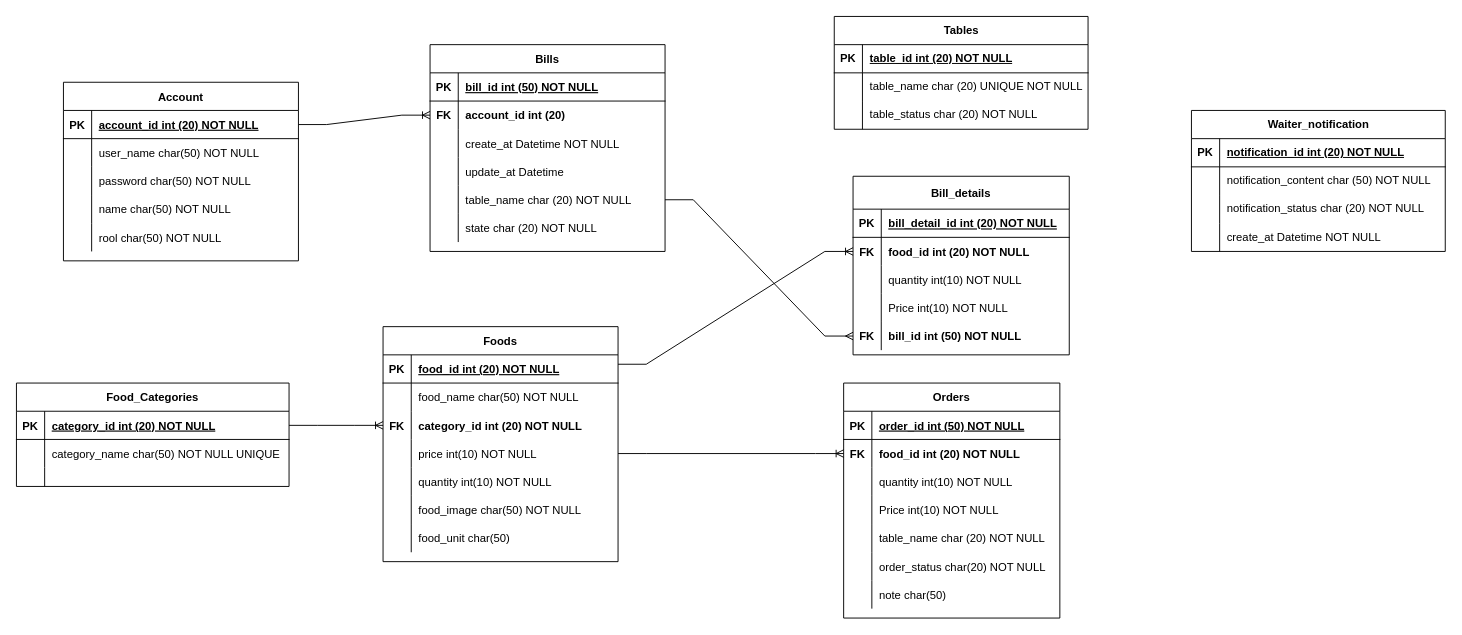
The draw.io diagram EntityRelationshipDiagram.drawio in damvuong02/DoAnDocument, before the edit. Source tidied: cells renumbered, new cells numbered last; positions are measured from the earlier drawing's top-left corner, leaving out a move shared by most shapes. Both pictures are drawn from the tidied source at 94%, with x=0, y=0 at pixel (16, -177).
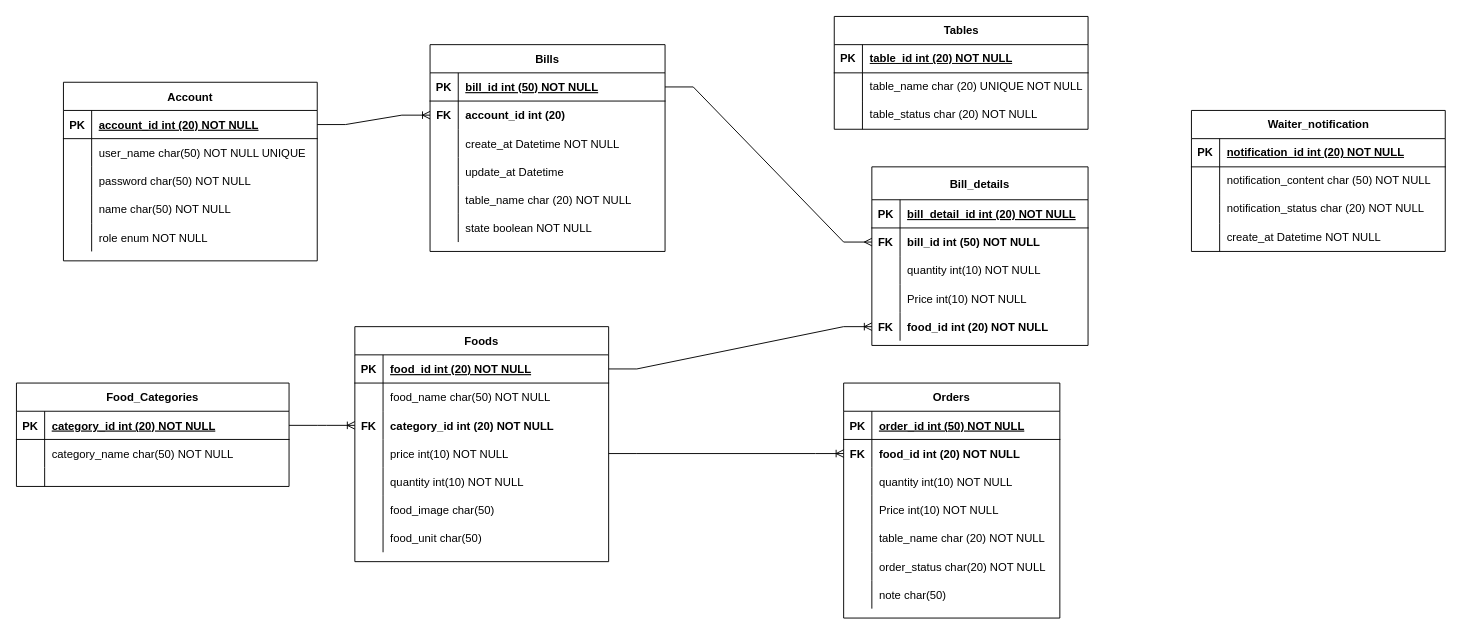
The same page after the edit.

Unchanged cells that the change refers to:
```xml
<mxCell id="22" style="shape=partialRectangle;fillColor=none;top=0;left=0;right=0;bottom=0;" parent="18" vertex="1">
  <mxGeometry y="60" width="290" height="30" as="geometry" />
</mxCell>
<mxCell id="52" style="shape=partialRectangle;fillColor=none;points=[[0,0.5],[1,0.5]];portConstraint=eastwest;top=0;left=0;right=0;bottom=1;" parent="51" vertex="1">
  <mxGeometry y="30" width="250" height="30" as="geometry" />
</mxCell>
<mxCell id="64" style="shape=partialRectangle;fillColor=none;points=[[0,0.5],[1,0.5]];portConstraint=eastwest;top=0;left=0;right=0;bottom=0;" parent="51" vertex="1">
  <mxGeometry y="150" width="250" height="30" as="geometry" />
</mxCell>
<mxCell id="67" style="shape=partialRectangle;fillColor=none;top=0;left=0;right=0;bottom=0;" parent="51" vertex="1">
  <mxGeometry y="180" width="250" height="30" as="geometry" />
</mxCell>
<mxCell id="74" style="shape=partialRectangle;fillColor=none;points=[[0,0.5],[1,0.5]];portConstraint=eastwest;top=0;left=0;right=0;bottom=0;" parent="70" vertex="1">
  <mxGeometry y="65" width="230" height="30" as="geometry" />
</mxCell>
<mxCell id="83" style="shape=partialRectangle;fillColor=none;points=[[0,0.5],[1,0.5]];portConstraint=eastwest;top=0;left=0;right=0;bottom=0;" parent="70" vertex="1">
  <mxGeometry y="155" width="230" height="30" as="geometry" />
</mxCell>
```

The edit, as a diff of the source:
```diff
@@
     <mxCell id="2" value="Account" style="shape=table;startSize=30;childLayout=tableLayout;rowLines=0;fontStyle=1;align=center;" parent="1" vertex="1">
-      <mxGeometry x="50" y="275" width="250" height="190" as="geometry" />
+      <mxGeometry x="50" y="275" width="270" height="190" as="geometry" />
     </mxCell>
     <mxCell id="3" style="shape=partialRectangle;fillColor=none;points=[[0,0.5],[1,0.5]];portConstraint=eastwest;top=0;left=0;right=0;bottom=1;" parent="2" vertex="1">
-      <mxGeometry y="30" width="250" height="30" as="geometry" />
+      <mxGeometry y="30" width="270" height="30" as="geometry" />
     </mxCell>
@@
     <mxCell id="5" value="account_id int (20) NOT NULL" style="shape=partialRectangle;overflow=hidden;fillColor=none;top=0;left=0;bottom=0;right=0;align=left;spacingLeft=6;fontStyle=5;" parent="3" vertex="1">
-      <mxGeometry x="30" width="220" height="30" as="geometry" />
+      <mxGeometry x="30" width="240" height="30" as="geometry" />
     </mxCell>
     <mxCell id="6" style="shape=partialRectangle;fillColor=none;top=0;left=0;right=0;bottom=0;" parent="2" vertex="1">
-      <mxGeometry y="60" width="250" height="30" as="geometry" />
+      <mxGeometry y="60" width="270" height="30" as="geometry" />
     </mxCell>
@@
-    <mxCell id="8" value="user_name char(50) NOT NULL" style="shape=partialRectangle;overflow=hidden;fillColor=none;top=0;left=0;bottom=0;right=0;align=left;spacingLeft=6;" parent="6" vertex="1">
-      <mxGeometry x="30" width="220" height="30" as="geometry" />
+    <mxCell id="8" value="user_name char(50) NOT NULL UNIQUE" style="shape=partialRectangle;overflow=hidden;fillColor=none;top=0;left=0;bottom=0;right=0;align=left;spacingLeft=6;" parent="6" vertex="1">
+      <mxGeometry x="30" width="240" height="30" as="geometry" />
     </mxCell>
     <mxCell id="9" style="shape=partialRectangle;fillColor=none;top=0;left=0;right=0;bottom=0;" parent="2" vertex="1">
-      <mxGeometry y="90" width="250" height="30" as="geometry" />
+      <mxGeometry y="90" width="270" height="30" as="geometry" />
     </mxCell>
@@
     <mxCell id="11" value="password char(50) NOT NULL" style="shape=partialRectangle;overflow=hidden;fillColor=none;top=0;left=0;bottom=0;right=0;align=left;spacingLeft=6;" parent="9" vertex="1">
-      <mxGeometry x="30" width="220" height="30" as="geometry" />
+      <mxGeometry x="30" width="240" height="30" as="geometry" />
     </mxCell>
     <mxCell id="12" style="shape=partialRectangle;fillColor=none;top=0;left=0;right=0;bottom=0;" parent="2" vertex="1">
-      <mxGeometry y="120" width="250" height="30" as="geometry" />
+      <mxGeometry y="120" width="270" height="30" as="geometry" />
     </mxCell>
@@
     <mxCell id="14" value="name char(50) NOT NULL" style="shape=partialRectangle;overflow=hidden;fillColor=none;top=0;left=0;bottom=0;right=0;align=left;spacingLeft=6;" parent="12" vertex="1">
-      <mxGeometry x="30" width="220" height="30" as="geometry" />
+      <mxGeometry x="30" width="240" height="30" as="geometry" />
     </mxCell>
     <mxCell id="15" style="shape=partialRectangle;fillColor=none;top=0;left=0;right=0;bottom=0;" parent="2" vertex="1">
-      <mxGeometry y="150" width="250" height="30" as="geometry" />
+      <mxGeometry y="150" width="270" height="30" as="geometry" />
     </mxCell>
@@
-    <mxCell id="17" value="rool char(50) NOT NULL" style="shape=partialRectangle;overflow=hidden;fillColor=none;top=0;left=0;bottom=0;right=0;align=left;spacingLeft=6;" parent="15" vertex="1">
-      <mxGeometry x="30" width="220" height="30" as="geometry" />
+    <mxCell id="17" value="role enum NOT NULL" style="shape=partialRectangle;overflow=hidden;fillColor=none;top=0;left=0;bottom=0;right=0;align=left;spacingLeft=6;" parent="15" vertex="1">
+      <mxGeometry x="30" width="240" height="30" as="geometry" />
     </mxCell>
@@
-    <mxCell id="24" value="category_name char(50) NOT NULL UNIQUE" style="shape=partialRectangle;overflow=hidden;fillColor=none;top=0;left=0;bottom=0;right=0;align=left;spacingLeft=6;" parent="22" vertex="1">
+    <mxCell id="24" value="category_name char(50) NOT NULL" style="shape=partialRectangle;overflow=hidden;fillColor=none;top=0;left=0;bottom=0;right=0;align=left;spacingLeft=6;" parent="22" vertex="1">
       <mxGeometry x="30" width="260" height="30" as="geometry" />
     </mxCell>
@@
     <mxCell id="28" value="Foods" style="shape=table;startSize=30;childLayout=tableLayout;rowLines=0;fontStyle=1;align=center;" parent="1" vertex="1">
-      <mxGeometry x="390" y="535" width="250" height="250" as="geometry" />
+      <mxGeometry x="360" y="535" width="270" height="250" as="geometry" />
     </mxCell>
     <mxCell id="29" style="shape=partialRectangle;fillColor=none;points=[[0,0.5],[1,0.5]];portConstraint=eastwest;top=0;left=0;right=0;bottom=1;" parent="28" vertex="1">
-      <mxGeometry y="30" width="250" height="30" as="geometry" />
+      <mxGeometry y="30" width="270" height="30" as="geometry" />
     </mxCell>
@@
     <mxCell id="31" value="food_id int (20) NOT NULL" style="shape=partialRectangle;overflow=hidden;fillColor=none;top=0;left=0;bottom=0;right=0;align=left;spacingLeft=6;fontStyle=5;" parent="29" vertex="1">
-      <mxGeometry x="30" width="220" height="30" as="geometry" />
+      <mxGeometry x="30" width="240" height="30" as="geometry" />
     </mxCell>
     <mxCell id="32" style="shape=partialRectangle;fillColor=none;top=0;left=0;right=0;bottom=0;" parent="28" vertex="1">
-      <mxGeometry y="60" width="250" height="30" as="geometry" />
+      <mxGeometry y="60" width="270" height="30" as="geometry" />
     </mxCell>
@@
     <mxCell id="34" value="food_name char(50) NOT NULL" style="shape=partialRectangle;overflow=hidden;fillColor=none;top=0;left=0;bottom=0;right=0;align=left;spacingLeft=6;" parent="32" vertex="1">
-      <mxGeometry x="30" width="220" height="30" as="geometry" />
+      <mxGeometry x="30" width="240" height="30" as="geometry" />
     </mxCell>
     <mxCell id="35" style="shape=partialRectangle;fillColor=none;points=[[0,0.5],[1,0.5]];portConstraint=eastwest;top=0;left=0;right=0;bottom=0;" parent="28" vertex="1">
-      <mxGeometry y="90" width="250" height="30" as="geometry" />
+      <mxGeometry y="90" width="270" height="30" as="geometry" />
     </mxCell>
@@
     <mxCell id="37" value="category_id int (20) NOT NULL" style="shape=partialRectangle;overflow=hidden;fillColor=none;top=0;left=0;bottom=0;right=0;align=left;spacingLeft=6;fontStyle=1;" parent="35" vertex="1">
-      <mxGeometry x="30" width="220" height="30" as="geometry" />
+      <mxGeometry x="30" width="240" height="30" as="geometry" />
     </mxCell>
     <mxCell id="38" style="shape=partialRectangle;fillColor=none;points=[[0,0.5],[1,0.5]];portConstraint=eastwest;top=0;left=0;right=0;bottom=0;" parent="28" vertex="1">
-      <mxGeometry y="120" width="250" height="30" as="geometry" />
+      <mxGeometry y="120" width="270" height="30" as="geometry" />
     </mxCell>
@@
     <mxCell id="40" value="price int(10) NOT NULL" style="shape=partialRectangle;overflow=hidden;fillColor=none;top=0;left=0;bottom=0;right=0;align=left;spacingLeft=6;" parent="38" vertex="1">
-      <mxGeometry x="30" width="220" height="30" as="geometry" />
+      <mxGeometry x="30" width="240" height="30" as="geometry" />
     </mxCell>
     <mxCell id="41" style="shape=partialRectangle;fillColor=none;top=0;left=0;right=0;bottom=0;" parent="28" vertex="1">
-      <mxGeometry y="150" width="250" height="30" as="geometry" />
+      <mxGeometry y="150" width="270" height="30" as="geometry" />
     </mxCell>
@@
     <mxCell id="43" value="quantity int(10) NOT NULL" style="shape=partialRectangle;overflow=hidden;fillColor=none;top=0;left=0;bottom=0;right=0;align=left;spacingLeft=6;" parent="41" vertex="1">
-      <mxGeometry x="30" width="220" height="30" as="geometry" />
+      <mxGeometry x="30" width="240" height="30" as="geometry" />
     </mxCell>
     <mxCell id="44" style="shape=partialRectangle;fillColor=none;top=0;left=0;right=0;bottom=0;" parent="28" vertex="1">
-      <mxGeometry y="180" width="250" height="30" as="geometry" />
+      <mxGeometry y="180" width="270" height="30" as="geometry" />
     </mxCell>
@@
-    <mxCell id="46" value="food_image char(50) NOT NULL" style="shape=partialRectangle;overflow=hidden;fillColor=none;top=0;left=0;bottom=0;right=0;align=left;spacingLeft=6;" parent="44" vertex="1">
-      <mxGeometry x="30" width="220" height="30" as="geometry" />
+    <mxCell id="46" value="food_image char(50)" style="shape=partialRectangle;overflow=hidden;fillColor=none;top=0;left=0;bottom=0;right=0;align=left;spacingLeft=6;" parent="44" vertex="1">
+      <mxGeometry x="30" width="240" height="30" as="geometry" />
     </mxCell>
     <mxCell id="47" style="shape=partialRectangle;fillColor=none;top=0;left=0;right=0;bottom=0;" parent="28" vertex="1">
-      <mxGeometry y="210" width="250" height="30" as="geometry" />
+      <mxGeometry y="210" width="270" height="30" as="geometry" />
     </mxCell>
@@
     <mxCell id="49" value="food_unit char(50)" style="shape=partialRectangle;overflow=hidden;fillColor=none;top=0;left=0;bottom=0;right=0;align=left;spacingLeft=6;" parent="47" vertex="1">
-      <mxGeometry x="30" width="220" height="30" as="geometry" />
+      <mxGeometry x="30" width="240" height="30" as="geometry" />
     </mxCell>
@@
-    <mxCell id="69" value="state char (20) NOT NULL" style="shape=partialRectangle;overflow=hidden;fillColor=none;top=0;left=0;bottom=0;right=0;align=left;spacingLeft=6;fontStyle=0;" parent="67" vertex="1">
+    <mxCell id="69" value="state boolean NOT NULL" style="shape=partialRectangle;overflow=hidden;fillColor=none;top=0;left=0;bottom=0;right=0;align=left;spacingLeft=6;fontStyle=0;" parent="67" vertex="1">
       <mxGeometry x="30" width="220" height="30" as="geometry" />
     </mxCell>
     <mxCell id="70" value="Bill_details" style="shape=table;startSize=35;childLayout=tableLayout;rowLines=0;fontStyle=1;align=center;" parent="1" vertex="1">
-      <mxGeometry x="890" y="375" width="230" height="190" as="geometry" />
+      <mxGeometry x="910" y="365" width="230" height="190" as="geometry" />
     </mxCell>
@@
-    <mxCell id="76" value="food_id int (20) NOT NULL" style="shape=partialRectangle;overflow=hidden;fillColor=none;top=0;left=0;bottom=0;right=0;align=left;spacingLeft=6;fontStyle=1;" parent="74" vertex="1">
+    <mxCell id="76" value="bill_id int (50) NOT NULL" style="shape=partialRectangle;overflow=hidden;fillColor=none;top=0;left=0;bottom=0;right=0;align=left;spacingLeft=6;fontStyle=1;" parent="74" vertex="1">
       <mxGeometry x="30" width="200" height="30" as="geometry" />
     </mxCell>
@@
-    <mxCell id="85" value="bill_id int (50) NOT NULL" style="shape=partialRectangle;overflow=hidden;fillColor=none;top=0;left=0;bottom=0;right=0;align=left;spacingLeft=6;fontStyle=1;" parent="83" vertex="1">
+    <mxCell id="85" value="food_id int (20) NOT NULL" style="shape=partialRectangle;overflow=hidden;fillColor=none;top=0;left=0;bottom=0;right=0;align=left;spacingLeft=6;fontStyle=1;" parent="83" vertex="1">
       <mxGeometry x="30" width="200" height="30" as="geometry" />
     </mxCell>
@@
-    <mxCell id="97" style="edgeStyle=entityRelationEdgeStyle;fontSize=12;html=1;endArrow=ERoneToMany;rounded=0;exitX=1;exitY=0.333;exitDx=0;exitDy=0;exitPerimeter=0;entryX=0;entryY=0.5;entryDx=0;entryDy=0;" parent="1" edge="1" source="29" target="74">
-      <mxGeometry relative="1" as="geometry" />
+    <mxCell id="97" style="edgeStyle=entityRelationEdgeStyle;fontSize=12;html=1;endArrow=ERoneToMany;rounded=0;exitX=1;exitY=0.5;exitDx=0;exitDy=0;entryX=0;entryY=0.5;entryDx=0;entryDy=0;" parent="1" edge="1" source="29">
+      <mxGeometry relative="1" as="geometry">
+        <mxPoint x="910" y="535" as="targetPoint" />
+      </mxGeometry>
     </mxCell>
@@
-    <mxCell id="121" style="edgeStyle=entityRelationEdgeStyle;fontSize=12;html=1;endArrow=ERmany;rounded=0;exitX=1;exitY=0.5;exitDx=0;exitDy=0;entryX=0;entryY=0.5;entryDx=0;entryDy=0;" parent="1" edge="1" source="64" target="83">
+    <mxCell id="121" style="edgeStyle=entityRelationEdgeStyle;fontSize=12;html=1;endArrow=ERmany;rounded=0;exitX=1;exitY=0.5;exitDx=0;exitDy=0;entryX=0;entryY=0.5;entryDx=0;entryDy=0;" parent="1" edge="1" source="52" target="74">
       <mxGeometry relative="1" as="geometry" />
     </mxCell>
```
